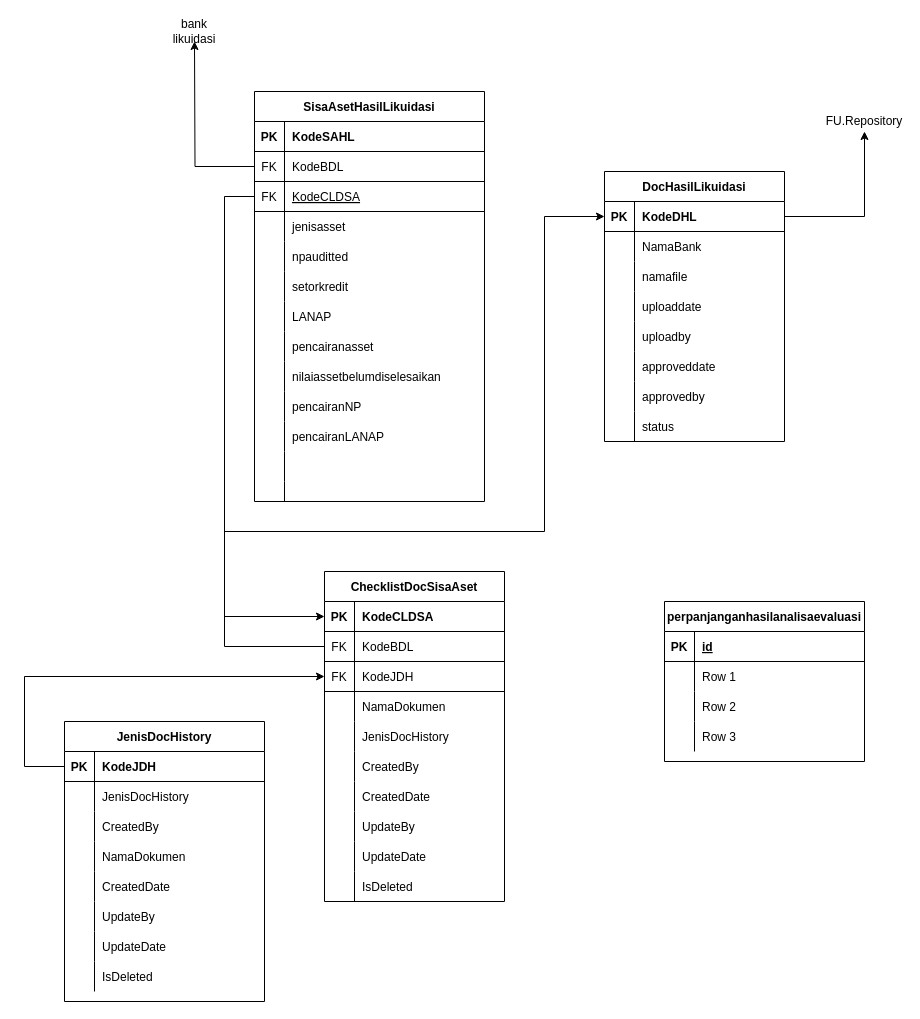
This is Domain Model - Likuidasi Pengakhiran.drawio from reshafahlevi/GLIK-DM, a draw.io file, before an edit. Source tidied: cells renumbered, new cells numbered last; positions are measured from the earlier drawing's top-left corner, leaving out a move shared by most shapes. Both pictures are drawn from the tidied source at 100%, with x=0, y=0 at pixel (24, 21).
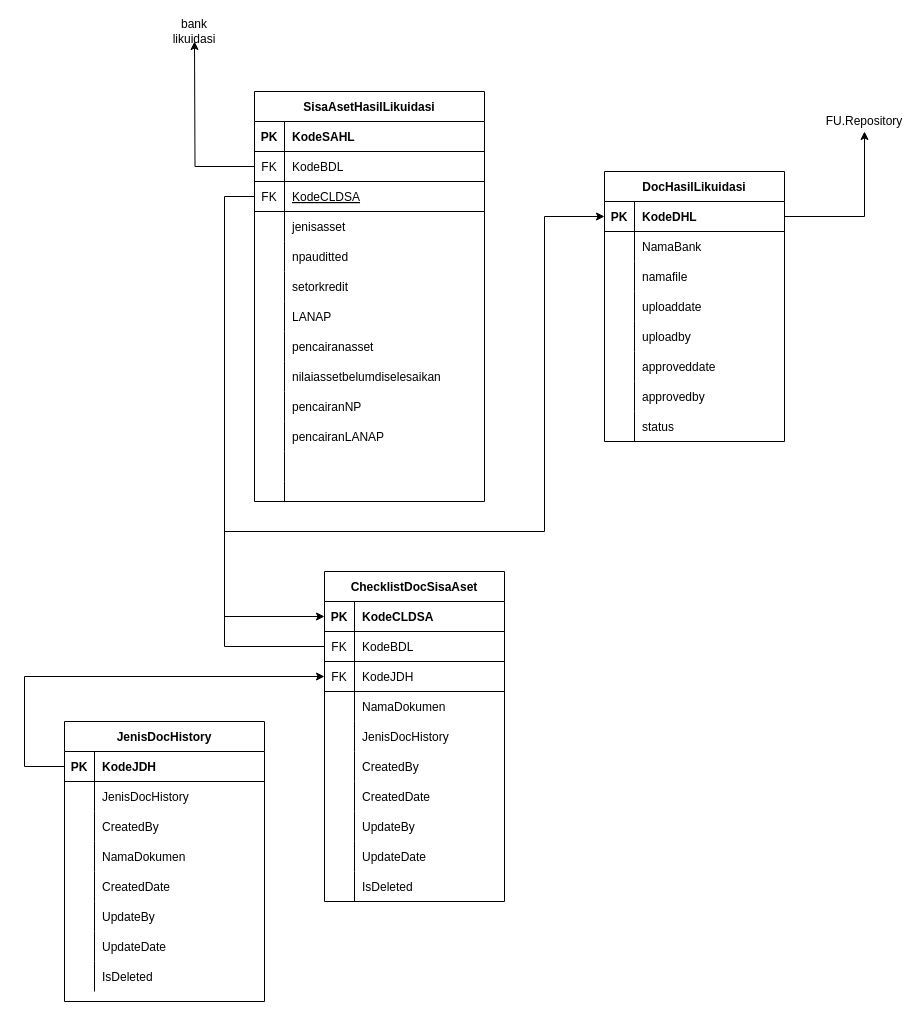
After the change.

Change to the diagram source:
```diff
@@
-    <mxCell id="105" value="perpanjanganhasilanalisaevaluasi" style="shape=table;startSize=30;childLayout=tableLayout;rowLines=0;fontStyle=1;align=center;" parent="1" vertex="1">
-      <mxGeometry x="640" y="580" width="200" height="160" as="geometry" />
-    </mxCell>
-    <mxCell id="106" style="shape=partialRectangle;fillColor=none;top=0;left=0;bottom=1;right=0;" parent="105" vertex="1">
-      <mxGeometry y="30" width="200" height="30" as="geometry" />
-    </mxCell>
-    <mxCell id="107" value="PK" style="shape=partialRectangle;fillColor=none;top=0;left=0;bottom=0;right=0;fontStyle=1;overflow=hidden;" parent="106" vertex="1">
-      <mxGeometry width="30" height="30" as="geometry" />
-    </mxCell>
-    <mxCell id="108" value="id" style="shape=partialRectangle;fillColor=none;top=0;left=0;bottom=0;right=0;align=left;spacingLeft=6;fontStyle=5;overflow=hidden;" parent="106" vertex="1">
-      <mxGeometry x="30" width="170" height="30" as="geometry" />
-    </mxCell>
-    <mxCell id="109" style="shape=partialRectangle;fillColor=none;top=0;left=0;bottom=0;right=0;" parent="105" vertex="1">
-      <mxGeometry y="60" width="200" height="30" as="geometry" />
-    </mxCell>
-    <mxCell id="110" style="shape=partialRectangle;fillColor=none;top=0;left=0;bottom=0;right=0;overflow=hidden;" parent="109" vertex="1">
-      <mxGeometry width="30" height="30" as="geometry" />
-    </mxCell>
-    <mxCell id="111" value="Row 1" style="shape=partialRectangle;fillColor=none;top=0;left=0;bottom=0;right=0;align=left;spacingLeft=6;overflow=hidden;" parent="109" vertex="1">
-      <mxGeometry x="30" width="170" height="30" as="geometry" />
-    </mxCell>
-    <mxCell id="112" style="shape=partialRectangle;fillColor=none;top=0;left=0;bottom=0;right=0;" parent="105" vertex="1">
-      <mxGeometry y="90" width="200" height="30" as="geometry" />
-    </mxCell>
-    <mxCell id="113" style="shape=partialRectangle;fillColor=none;top=0;left=0;bottom=0;right=0;overflow=hidden;" parent="112" vertex="1">
-      <mxGeometry width="30" height="30" as="geometry" />
-    </mxCell>
-    <mxCell id="114" value="Row 2" style="shape=partialRectangle;fillColor=none;top=0;left=0;bottom=0;right=0;align=left;spacingLeft=6;overflow=hidden;" parent="112" vertex="1">
-      <mxGeometry x="30" width="170" height="30" as="geometry" />
-    </mxCell>
-    <mxCell id="115" style="shape=partialRectangle;fillColor=none;top=0;left=0;bottom=0;right=0;" parent="105" vertex="1">
-      <mxGeometry y="120" width="200" height="30" as="geometry" />
-    </mxCell>
-    <mxCell id="116" style="shape=partialRectangle;fillColor=none;top=0;left=0;bottom=0;right=0;overflow=hidden;" parent="115" vertex="1">
-      <mxGeometry width="30" height="30" as="geometry" />
-    </mxCell>
-    <mxCell id="117" value="Row 3" style="shape=partialRectangle;fillColor=none;top=0;left=0;bottom=0;right=0;align=left;spacingLeft=6;overflow=hidden;" parent="115" vertex="1">
-      <mxGeometry x="30" width="170" height="30" as="geometry" />
-    </mxCell>
```
